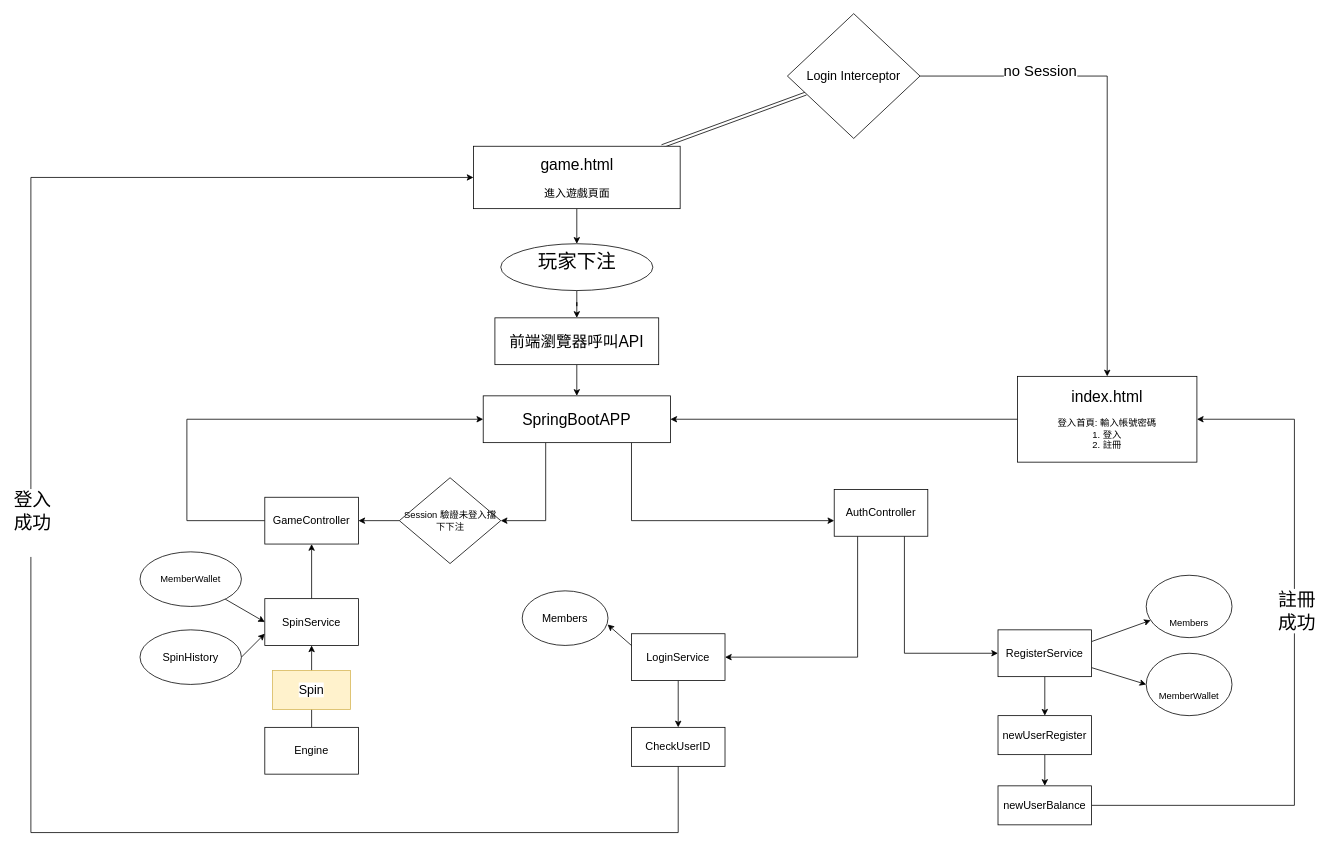
Earlier version of the draw.io diagram page "main" (1 of 2) of slot_game.drawio (bxumsle000-cmd/SlotMachineGame). Source tidied: cells renumbered, new cells numbered last; positions are measured from the earlier drawing's top-left corner, leaving out a move shared by most shapes. Both pictures are drawn from the tidied source at 78%, with x=0, y=0 at pixel (30, 13).
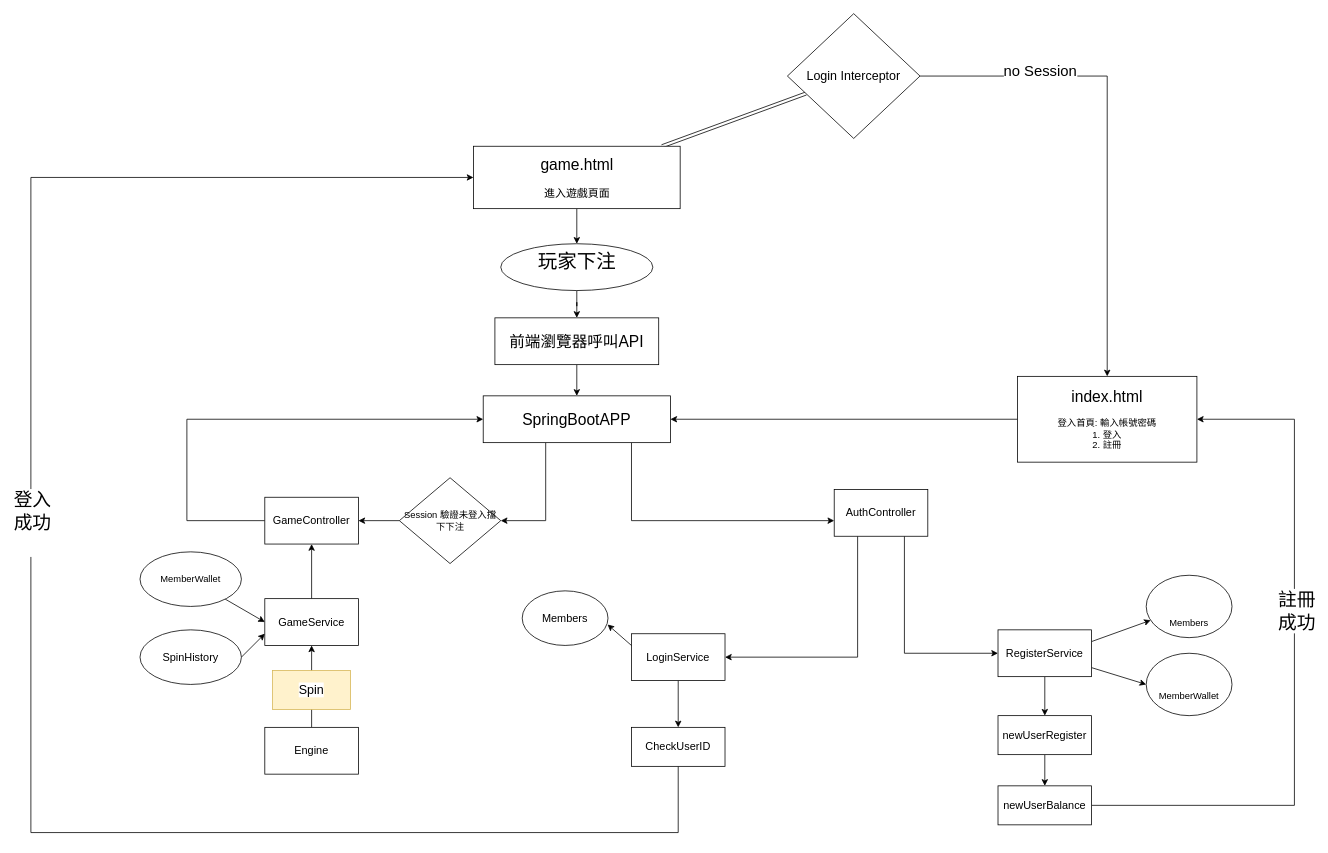
Above is the later version.

Diff of the diagram source:
```diff
@@
-    <mxCell id="11" value="&lt;font style=&quot;font-size: 14px;&quot;&gt;SpinService&lt;/font&gt;" style="whiteSpace=wrap;html=1;rounded=0;" parent="1" vertex="1">
+    <mxCell id="11" value="&lt;font style=&quot;font-size: 14px;&quot;&gt;GameService&lt;/font&gt;" style="whiteSpace=wrap;html=1;rounded=0;" parent="1" vertex="1">
       <mxGeometry x="300" y="750" width="120" height="60" as="geometry" />
     </mxCell>
```
